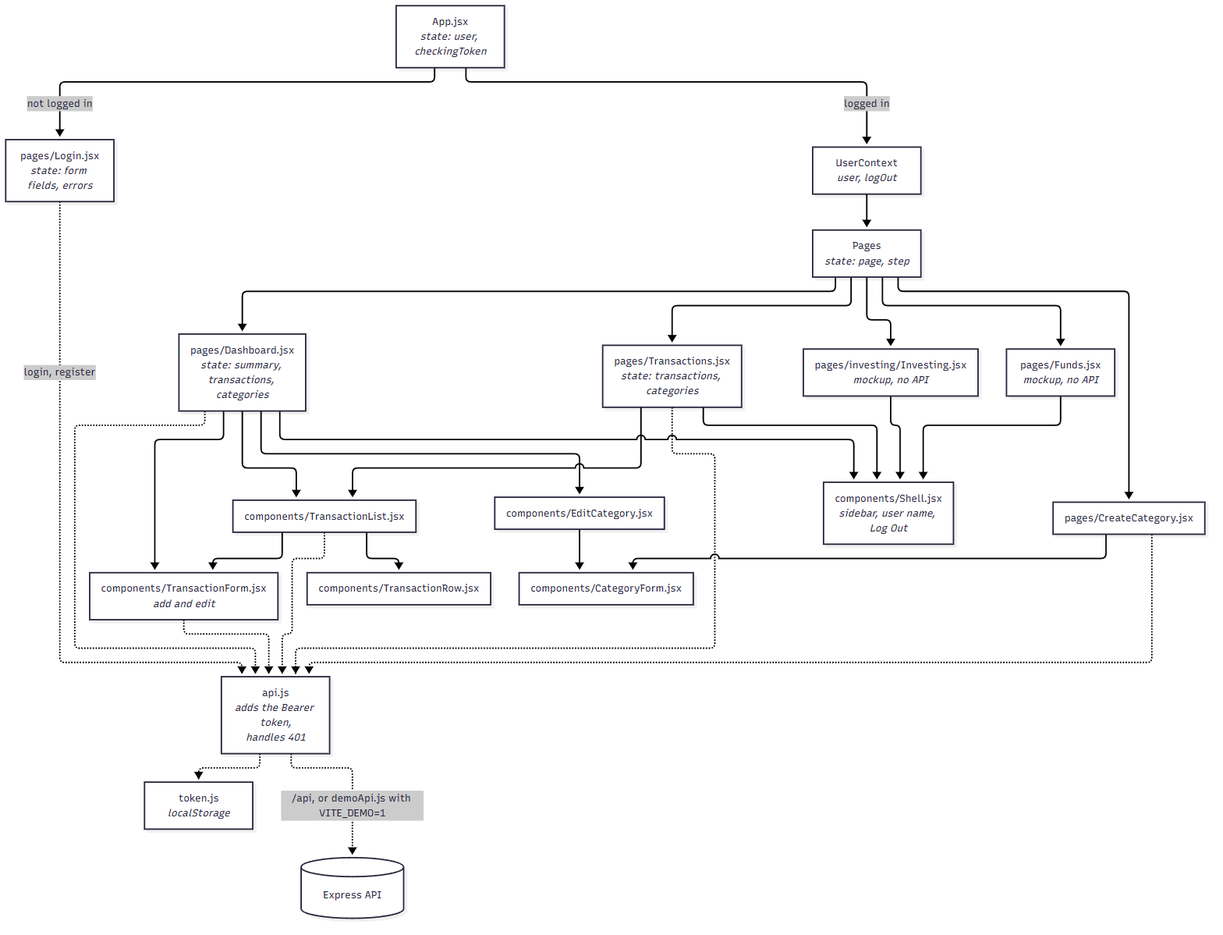
Above: docs/architecture/frontend-components.png in shreev2703/finance-budget-tracker (Mermaid), before the change. Its source is kept beside it as docs/architecture/frontend-components.mmd.
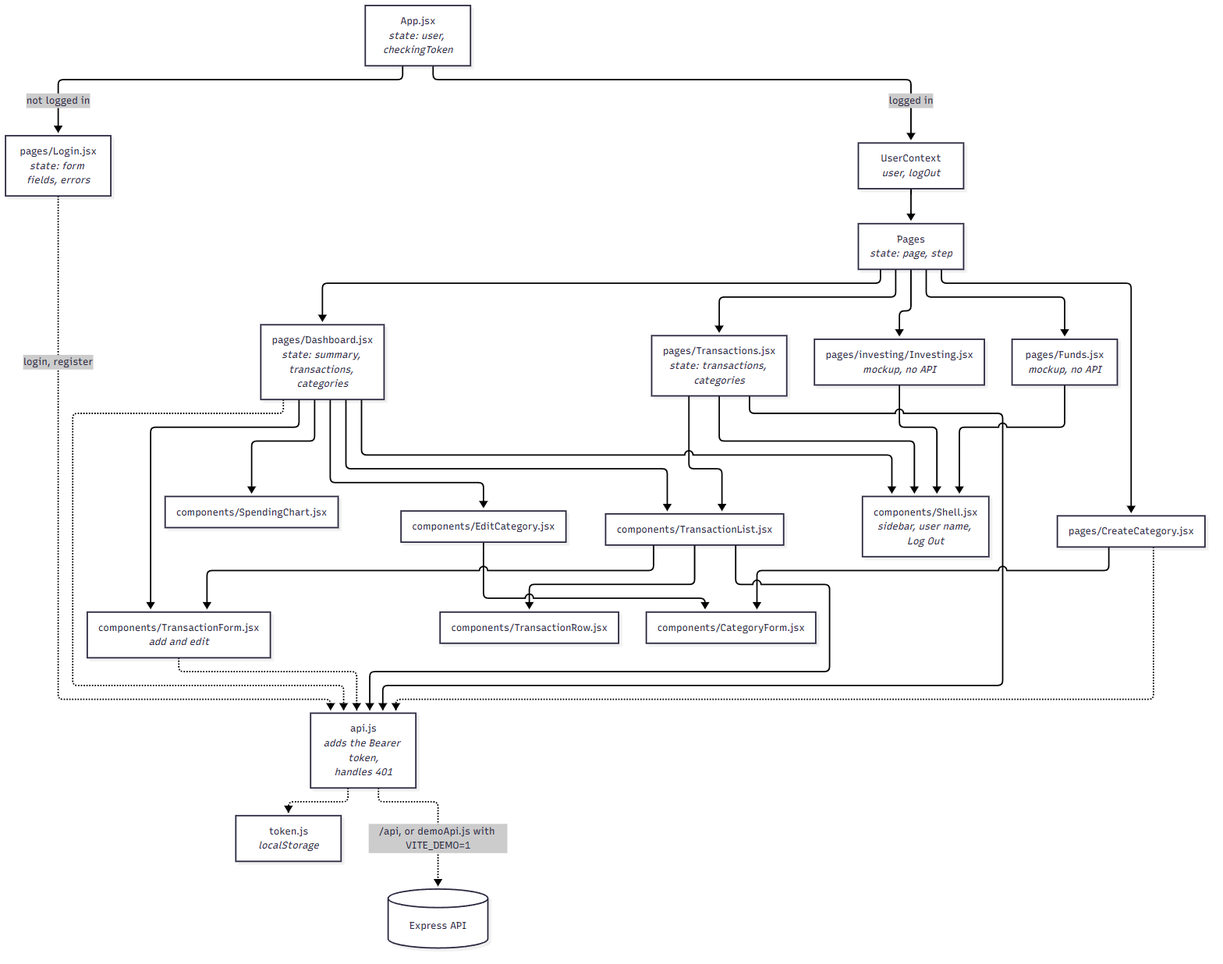
After the change.

Diff of the diagram source:
```diff
@@ -15,6 +15,7 @@
     Investing --> Shell
     Funds --> Shell
 
+    Dashboard --> SpendingChart["components/SpendingChart.jsx"]
     Dashboard --> EditCategory["components/EditCategory.jsx"]
     Dashboard --> TransactionForm["components/TransactionForm.jsx<br/><i>add and edit</i>"]
     Dashboard --> TransactionList["components/TransactionList.jsx"]
```
